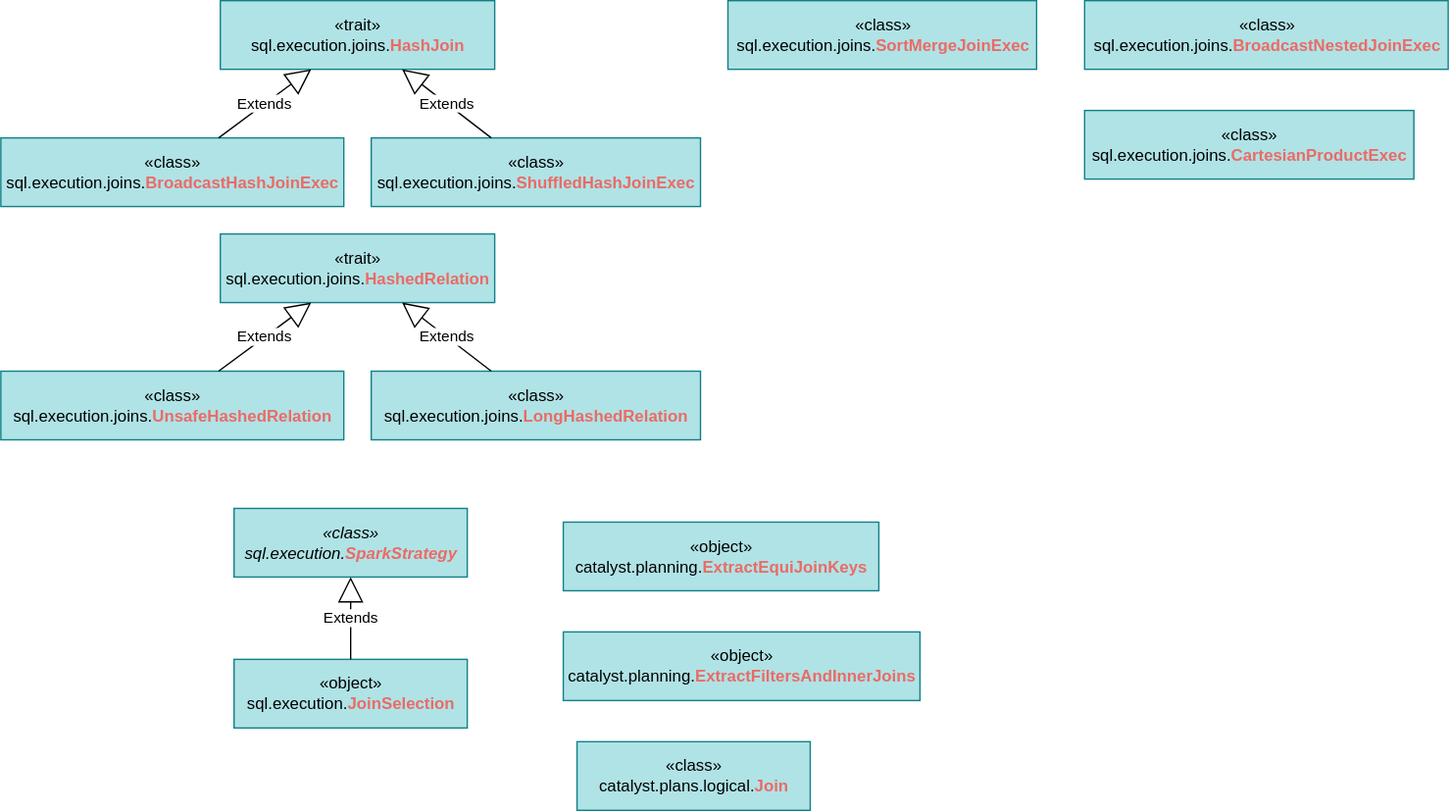
Earlier version of the draw.io export images/spark/sql-join-class.svg (jtLiBrain/jtLiBrain.github.io). Source tidied: cells renumbered, new cells last; positions are measured from the earlier drawing's top-left corner, leaving out a move shared by most shapes.
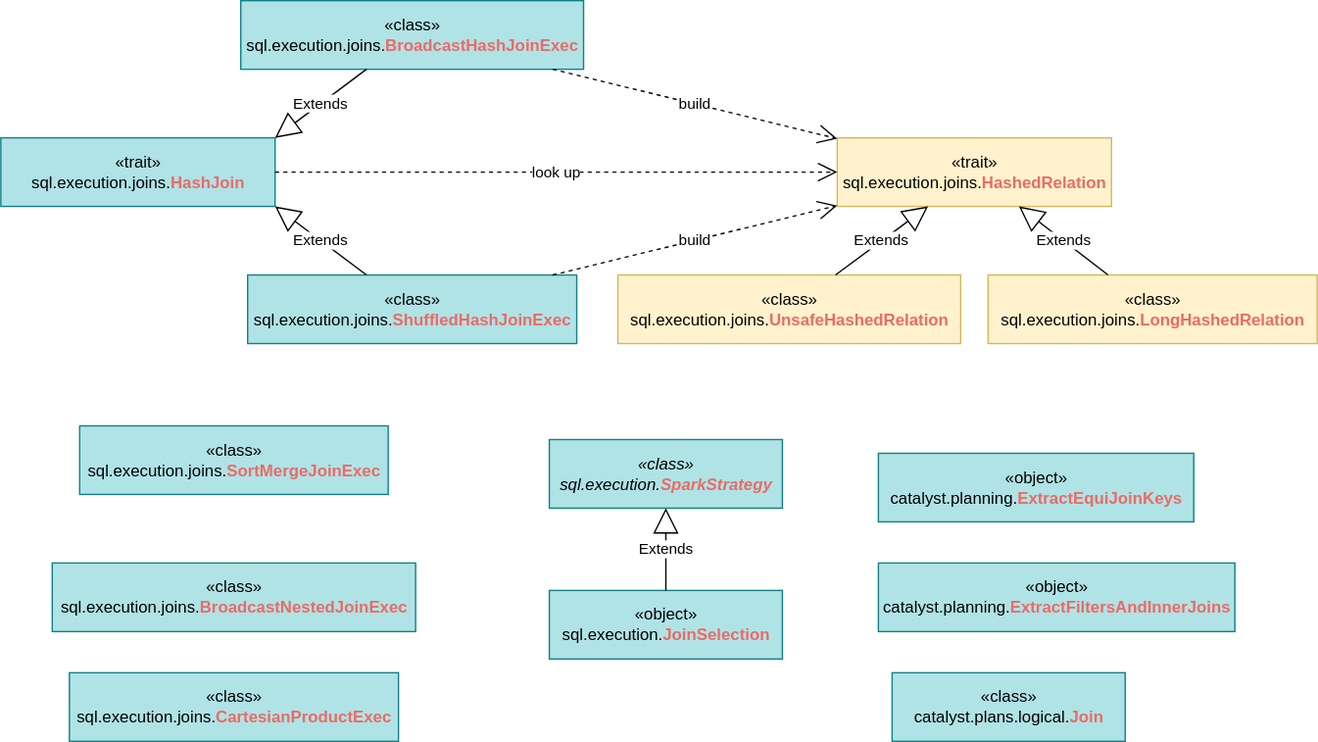
Above is the later version.

The edit, as a diff of the source:
```diff
@@ -3,61 +3,70 @@
     <mxCell id="0" />
     <mxCell id="1" parent="0" />
     <mxCell id="2" value="«trait»&lt;br&gt;&lt;span&gt;sql.execution.joins.&lt;/span&gt;&lt;font color=&quot;#ea6b66&quot;&gt;&lt;b&gt;&lt;span&gt;HashJoin&lt;/span&gt;&lt;/b&gt;&lt;/font&gt;" style="html=1;strokeColor=#0e8088;strokeWidth=1;fillColor=#b0e3e6;fontStyle=0;" parent="1" vertex="1">
-      <mxGeometry x="160" width="200" height="50" as="geometry" />
+      <mxGeometry x="90" width="200" height="50" as="geometry" />
     </mxCell>
     <mxCell id="3" value="«class»&lt;br&gt;&lt;span&gt;sql.execution.joins.&lt;/span&gt;&lt;font color=&quot;#ea6b66&quot;&gt;&lt;b&gt;ShuffledHashJoinExec&lt;/b&gt;&lt;/font&gt;" style="html=1;strokeColor=#0e8088;strokeWidth=1;fillColor=#b0e3e6;fontStyle=0;" parent="1" vertex="1">
       <mxGeometry x="270" y="100" width="240" height="50" as="geometry" />
     </mxCell>
-    <mxCell id="4" value="Extends" style="endArrow=block;endSize=16;endFill=0;html=1;" parent="1" edge="1" source="3" target="2">
+    <mxCell id="4" value="Extends" style="endArrow=block;endSize=16;endFill=0;html=1;entryX=1;entryY=1;entryDx=0;entryDy=0;" parent="1" edge="1" source="3" target="2">
       <mxGeometry relative="1" as="geometry" />
     </mxCell>
     <mxCell id="5" value="«class»&lt;br&gt;&lt;span&gt;sql.execution.joins.&lt;/span&gt;&lt;font color=&quot;#ea6b66&quot;&gt;&lt;b&gt;BroadcastHashJoinExec&lt;/b&gt;&lt;/font&gt;" style="html=1;strokeColor=#0e8088;strokeWidth=1;fillColor=#b0e3e6;fontStyle=0;" parent="1" vertex="1">
-      <mxGeometry y="100" width="250" height="50" as="geometry" />
+      <mxGeometry x="265" y="-100" width="250" height="50" as="geometry" />
     </mxCell>
-    <mxCell id="6" value="Extends" style="endArrow=block;endSize=16;endFill=0;html=1;" parent="1" edge="1" source="5" target="2">
+    <mxCell id="6" value="Extends" style="endArrow=block;endSize=16;endFill=0;html=1;entryX=1;entryY=0;entryDx=0;entryDy=0;" parent="1" edge="1" source="5" target="2">
       <mxGeometry relative="1" as="geometry" />
     </mxCell>
     <mxCell id="7" value="«class»&lt;br&gt;sql.execution.joins.&lt;font color=&quot;#ea6b66&quot;&gt;&lt;b&gt;SortMerge&lt;/b&gt;&lt;/font&gt;&lt;font color=&quot;#ea6b66&quot;&gt;&lt;b&gt;JoinExec&lt;/b&gt;&lt;/font&gt;" style="html=1;strokeColor=#0e8088;strokeWidth=1;fillColor=#b0e3e6;fontStyle=0;" parent="1" vertex="1">
-      <mxGeometry x="530" width="225" height="50" as="geometry" />
+      <mxGeometry x="147.5" y="210" width="225" height="50" as="geometry" />
     </mxCell>
     <mxCell id="8" value="«class»&lt;br&gt;sql.execution.joins.&lt;font color=&quot;#ea6b66&quot;&gt;&lt;b&gt;BroadcastNested&lt;/b&gt;&lt;/font&gt;&lt;font color=&quot;#ea6b66&quot;&gt;&lt;b&gt;JoinExec&lt;/b&gt;&lt;/font&gt;" style="html=1;strokeColor=#0e8088;strokeWidth=1;fillColor=#b0e3e6;fontStyle=0;" parent="1" vertex="1">
-      <mxGeometry x="790" width="265" height="50" as="geometry" />
+      <mxGeometry x="127.5" y="310" width="265" height="50" as="geometry" />
     </mxCell>
     <mxCell id="9" value="«class»&lt;br&gt;sql.execution.joins.&lt;font color=&quot;#ea6b66&quot;&gt;&lt;b&gt;CartesianProductExec&lt;/b&gt;&lt;/font&gt;" style="html=1;strokeColor=#0e8088;strokeWidth=1;fillColor=#b0e3e6;fontStyle=0;" parent="1" vertex="1">
-      <mxGeometry x="790" y="80" width="240" height="50" as="geometry" />
+      <mxGeometry x="140" y="390" width="240" height="50" as="geometry" />
     </mxCell>
-    <mxCell id="10" value="«trait»&lt;br&gt;&lt;span&gt;sql.execution.joins.&lt;/span&gt;&lt;font color=&quot;#ea6b66&quot;&gt;&lt;b&gt;HashedRelation&lt;/b&gt;&lt;/font&gt;" style="html=1;strokeColor=#0e8088;strokeWidth=1;fillColor=#b0e3e6;fontStyle=0;" parent="1" vertex="1">
-      <mxGeometry x="160" y="170" width="200" height="50" as="geometry" />
+    <mxCell id="10" value="«trait»&lt;br&gt;&lt;span&gt;sql.execution.joins.&lt;/span&gt;&lt;font color=&quot;#ea6b66&quot;&gt;&lt;b&gt;HashedRelation&lt;/b&gt;&lt;/font&gt;" style="html=1;strokeColor=#d6b656;strokeWidth=1;fillColor=#fff2cc;fontStyle=0;" parent="1" vertex="1">
+      <mxGeometry x="700" width="200" height="50" as="geometry" />
     </mxCell>
-    <mxCell id="11" value="«class»&lt;br&gt;&lt;span&gt;sql.execution.joins.&lt;/span&gt;&lt;font color=&quot;#ea6b66&quot;&gt;&lt;b&gt;LongHashedRelation&lt;/b&gt;&lt;/font&gt;" style="html=1;strokeColor=#0e8088;strokeWidth=1;fillColor=#b0e3e6;fontStyle=0;" parent="1" vertex="1">
-      <mxGeometry x="270" y="270" width="240" height="50" as="geometry" />
+    <mxCell id="11" value="«class»&lt;br&gt;&lt;span&gt;sql.execution.joins.&lt;/span&gt;&lt;font color=&quot;#ea6b66&quot;&gt;&lt;b&gt;LongHashedRelation&lt;/b&gt;&lt;/font&gt;" style="html=1;strokeColor=#d6b656;strokeWidth=1;fillColor=#fff2cc;fontStyle=0;" parent="1" vertex="1">
+      <mxGeometry x="810" y="100" width="240" height="50" as="geometry" />
     </mxCell>
     <mxCell id="12" value="Extends" style="endArrow=block;endSize=16;endFill=0;html=1;" parent="1" edge="1" source="11" target="10">
       <mxGeometry relative="1" as="geometry" />
     </mxCell>
-    <mxCell id="13" value="«class»&lt;br&gt;&lt;span&gt;sql.execution.joins.&lt;/span&gt;&lt;font color=&quot;#ea6b66&quot;&gt;&lt;b&gt;UnsafeHashedRelation&lt;/b&gt;&lt;/font&gt;" style="html=1;strokeColor=#0e8088;strokeWidth=1;fillColor=#b0e3e6;fontStyle=0;" parent="1" vertex="1">
-      <mxGeometry y="270" width="250" height="50" as="geometry" />
+    <mxCell id="13" value="«class»&lt;br&gt;&lt;span&gt;sql.execution.joins.&lt;/span&gt;&lt;font color=&quot;#ea6b66&quot;&gt;&lt;b&gt;UnsafeHashedRelation&lt;/b&gt;&lt;/font&gt;" style="html=1;strokeColor=#d6b656;strokeWidth=1;fillColor=#fff2cc;fontStyle=0;" parent="1" vertex="1">
+      <mxGeometry x="540" y="100" width="250" height="50" as="geometry" />
     </mxCell>
     <mxCell id="14" value="Extends" style="endArrow=block;endSize=16;endFill=0;html=1;" parent="1" edge="1" source="13" target="10">
       <mxGeometry relative="1" as="geometry" />
     </mxCell>
     <mxCell id="15" value="«class»&lt;br&gt;&lt;span&gt;sql.execution.&lt;/span&gt;&lt;font color=&quot;#ea6b66&quot;&gt;&lt;b&gt;&lt;span&gt;SparkStrategy&lt;/span&gt;&lt;/b&gt;&lt;/font&gt;" style="html=1;strokeColor=#0e8088;strokeWidth=1;fillColor=#b0e3e6;fontStyle=2;" parent="1" vertex="1">
-      <mxGeometry x="170" y="370" width="170" height="50" as="geometry" />
+      <mxGeometry x="490" y="220" width="170" height="50" as="geometry" />
     </mxCell>
     <mxCell id="16" value="«object»&lt;br&gt;&lt;span&gt;sql.execution.&lt;/span&gt;&lt;font color=&quot;#ea6b66&quot;&gt;&lt;b&gt;&lt;span&gt;JoinSelection&lt;/span&gt;&lt;/b&gt;&lt;/font&gt;" style="html=1;strokeColor=#0e8088;strokeWidth=1;fillColor=#b0e3e6;fontStyle=0;" parent="1" vertex="1">
-      <mxGeometry x="170" y="480" width="170" height="50" as="geometry" />
+      <mxGeometry x="490" y="330" width="170" height="50" as="geometry" />
     </mxCell>
     <mxCell id="17" value="Extends" style="endArrow=block;endSize=16;endFill=0;html=1;" parent="1" edge="1" source="16" target="15">
       <mxGeometry relative="1" as="geometry" />
     </mxCell>
     <mxCell id="18" value="«object»&lt;br&gt;&lt;span&gt;catalyst.planning.&lt;/span&gt;&lt;font color=&quot;#ea6b66&quot;&gt;&lt;b&gt;ExtractEquiJoinKeys&lt;/b&gt;&lt;/font&gt;" style="html=1;strokeColor=#0e8088;strokeWidth=1;fillColor=#b0e3e6;fontStyle=0;" parent="1" vertex="1">
-      <mxGeometry x="410" y="380" width="230" height="50" as="geometry" />
+      <mxGeometry x="730" y="230" width="230" height="50" as="geometry" />
     </mxCell>
     <mxCell id="19" value="«object»&lt;br&gt;&lt;span&gt;catalyst.planning.&lt;/span&gt;&lt;font color=&quot;#ea6b66&quot;&gt;&lt;b&gt;ExtractFiltersAndInnerJoins&lt;/b&gt;&lt;/font&gt;" style="html=1;strokeColor=#0e8088;strokeWidth=1;fillColor=#b0e3e6;fontStyle=0;" parent="1" vertex="1">
-      <mxGeometry x="410" y="460" width="260" height="50" as="geometry" />
+      <mxGeometry x="730" y="310" width="260" height="50" as="geometry" />
     </mxCell>
     <mxCell id="20" value="«class»&lt;br&gt;&lt;span&gt;catalyst.plans.logical.&lt;/span&gt;&lt;font color=&quot;#ea6b66&quot;&gt;&lt;b&gt;Join&lt;/b&gt;&lt;/font&gt;" style="html=1;strokeColor=#0e8088;strokeWidth=1;fillColor=#b0e3e6;fontStyle=0;" parent="1" vertex="1">
-      <mxGeometry x="420" y="540" width="170" height="50" as="geometry" />
+      <mxGeometry x="740" y="390" width="170" height="50" as="geometry" />
     </mxCell>
+    <mxCell id="21" value="look up" style="endArrow=open;endSize=12;dashed=1;html=1;" parent="1" edge="1" source="2" target="10">
+      <mxGeometry relative="1" as="geometry" />
+    </mxCell>
+    <mxCell id="22" value="build" style="endArrow=open;endSize=12;dashed=1;html=1;" parent="1" edge="1" source="3" target="10">
+      <mxGeometry relative="1" as="geometry" />
+    </mxCell>
+    <mxCell id="23" value="build" style="endArrow=open;endSize=12;dashed=1;html=1;" parent="1" edge="1" source="5" target="10">
+      <mxGeometry relative="1" as="geometry" />
+    </mxCell>
   </root>
 </mxGraphModel>
```
